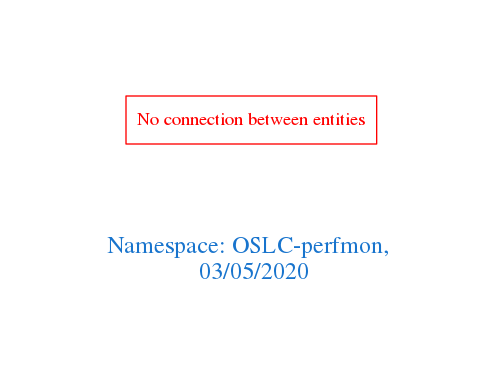
Above: downloads/OSLC-perfmon.png in arago/OGIT (Graphviz), before the change. Its source is kept beside it as downloads/OSLC-perfmon.dot.
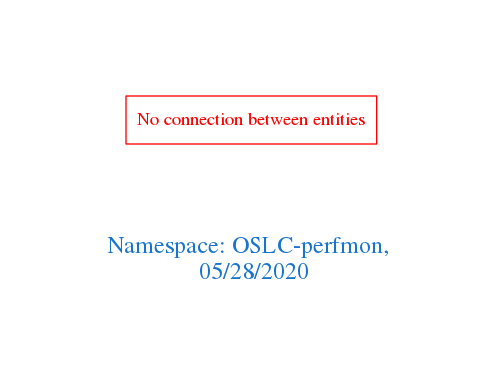
Later version of the same file.

What changed in the source:
```diff
@@ -1,7 +1,7 @@
 digraph OGIT_ontology {
  graph [ rankdir= LR,pad=1
 fontsize = 18,
-fontcolor= dodgerblue3,label = "\n\n\nNamespace: OSLC-perfmon, \n 03/05/2020"];
+fontcolor= dodgerblue3,label = "\n\n\nNamespace: OSLC-perfmon, \n 05/28/2020"];
 node[shape=polygon];
 edge [  color="gray81"];
 
```
